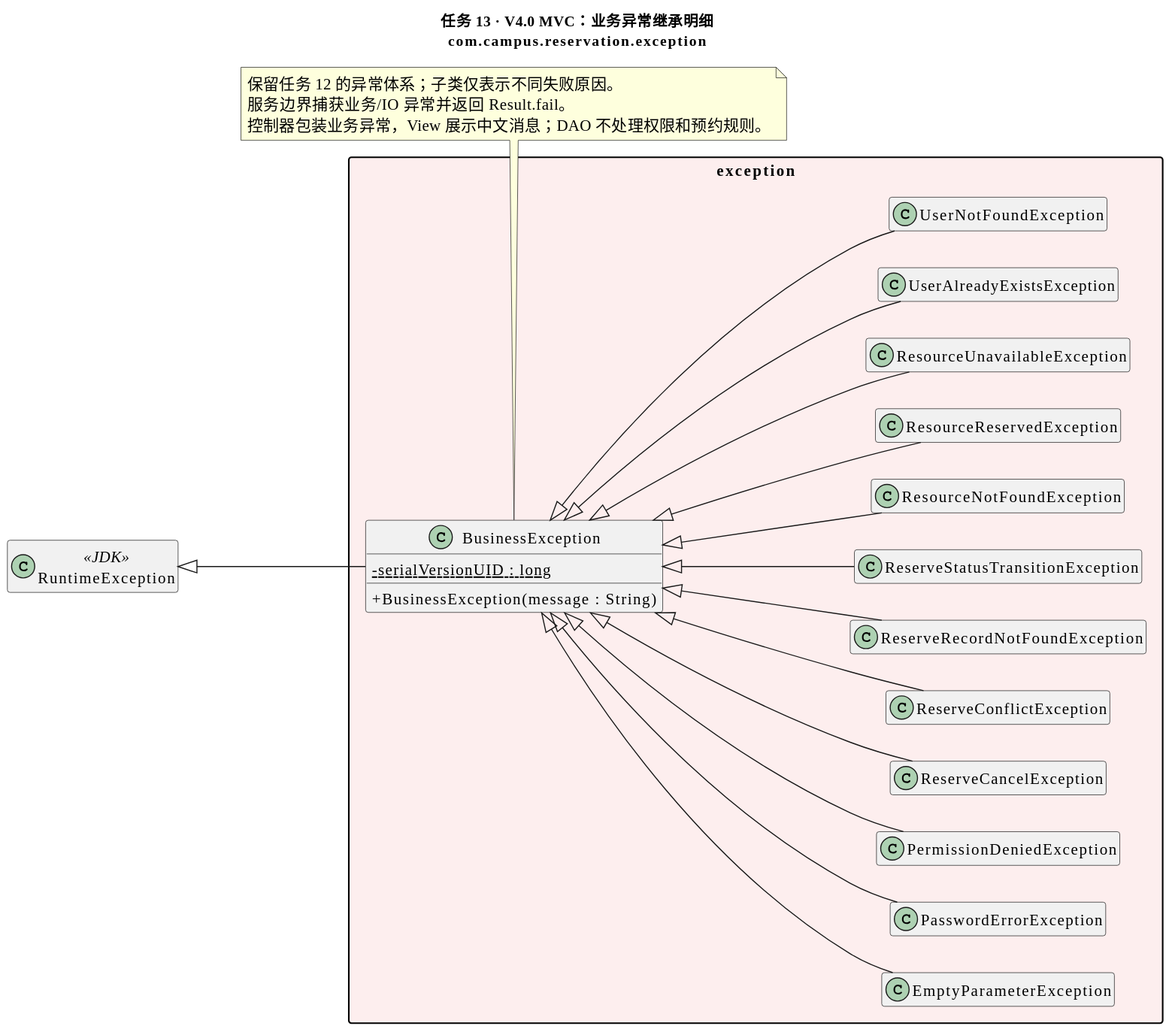
Before: 任务13-V4.0-MVC架构/docs/uml/exceptions.svg, a diagram exported from PlantUML (Felix-cy110/Java-homework). Source of this version:
```plantuml
@startuml
title 任务 13 · V4.0 MVC：业务异常继承明细\ncom.campus.reservation.exception
skinparam defaultFontName Microsoft YaHei
skinparam defaultFontSize 15
skinparam classAttributeIconSize 0
skinparam packageStyle rectangle
skinparam shadowing false
hide empty members
set separator none
left to right direction
class RuntimeException <<JDK>>
package exception #FDEEEE {
  class BusinessException {
    - {static} serialVersionUID : long
    + BusinessException(message : String)
  }
  class EmptyParameterException
  class PasswordErrorException
  class PermissionDeniedException
  class ReserveCancelException
  class ReserveConflictException
  class ReserveRecordNotFoundException
  class ReserveStatusTransitionException
  class ResourceNotFoundException
  class ResourceReservedException
  class ResourceUnavailableException
  class UserAlreadyExistsException
  class UserNotFoundException
}
RuntimeException <|-- BusinessException
BusinessException <|-- EmptyParameterException
BusinessException <|-- PasswordErrorException
BusinessException <|-- PermissionDeniedException
BusinessException <|-- ReserveCancelException
BusinessException <|-- ReserveConflictException
BusinessException <|-- ReserveRecordNotFoundException
BusinessException <|-- ReserveStatusTransitionException
BusinessException <|-- ResourceNotFoundException
BusinessException <|-- ResourceReservedException
BusinessException <|-- ResourceUnavailableException
BusinessException <|-- UserAlreadyExistsException
BusinessException <|-- UserNotFoundException
note bottom of BusinessException
  保留任务 12 的异常体系；子类仅表示不同失败原因。
  服务边界捕获业务/IO 异常并返回 Result.fail。
  控制器包装业务异常，View 展示中文消息；DAO 不处理权限和预约规则。
end note
@enduml
```
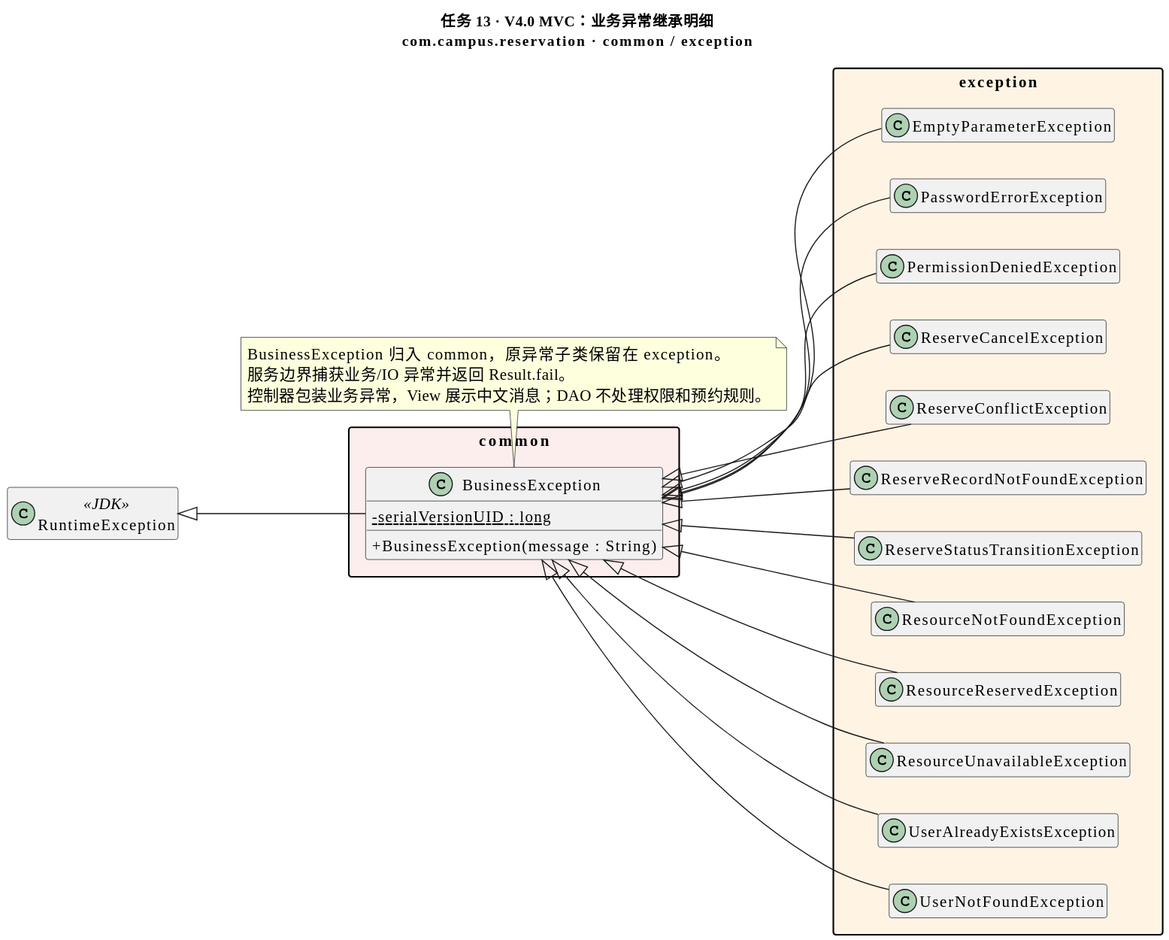
The same file after the commit.

What changed in the source:
```diff
@@ -1,5 +1,5 @@
 @startuml
-title 任务 13 · V4.0 MVC：业务异常继承明细\ncom.campus.reservation.exception
+title 任务 13 · V4.0 MVC：业务异常继承明细\ncom.campus.reservation · common / exception
 skinparam defaultFontName Microsoft YaHei
 skinparam defaultFontSize 15
 skinparam classAttributeIconSize 0
@@ -9,11 +9,13 @@
 set separator none
 left to right direction
 class RuntimeException <<JDK>>
-package exception #FDEEEE {
+package common #FDEEEE {
   class BusinessException {
     - {static} serialVersionUID : long
     + BusinessException(message : String)
   }
+}
+package exception #FFF4E4 {
   class EmptyParameterException
   class PasswordErrorException
   class PermissionDeniedException
@@ -41,7 +43,7 @@
 BusinessException <|-- UserAlreadyExistsException
 BusinessException <|-- UserNotFoundException
 note bottom of BusinessException
-  保留任务 12 的异常体系；子类仅表示不同失败原因。
+  BusinessException 归入 common，原异常子类保留在 exception。
   服务边界捕获业务/IO 异常并返回 Result.fail。
   控制器包装业务异常，View 展示中文消息；DAO 不处理权限和预约规则。
 end note
```
